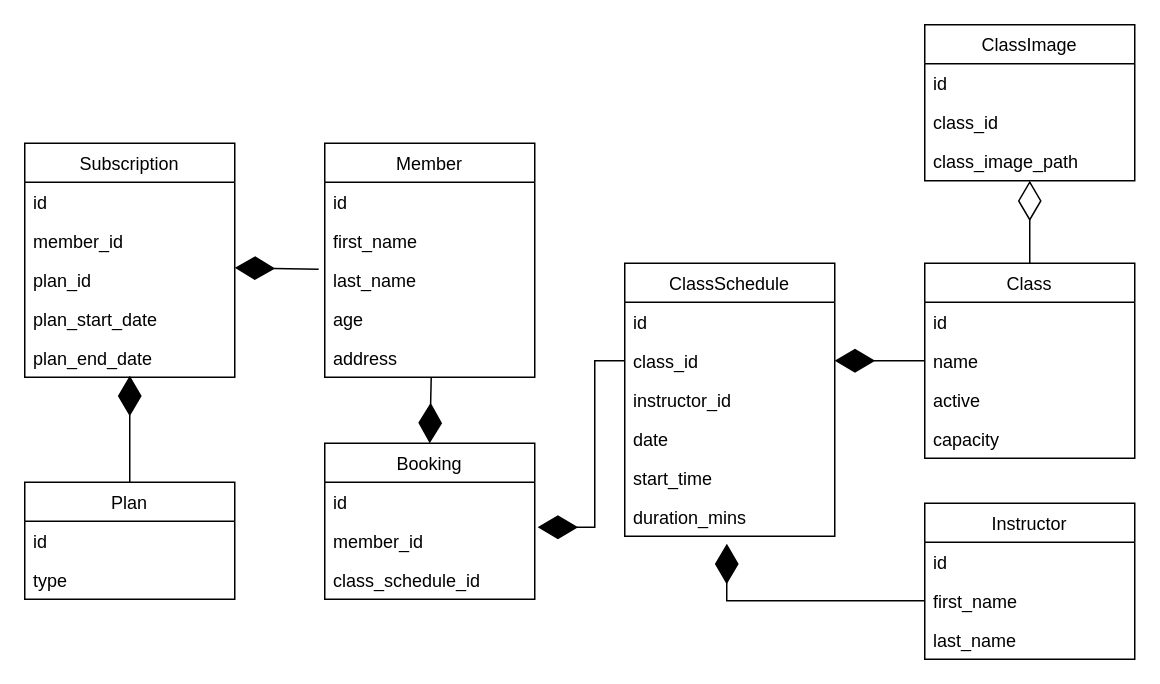
Earlier version of the draw.io diagram planning/Class Diagram.drawio (jomonty/python_project_gym_app). Source tidied: cells renumbered, new cells numbered last; positions are measured from the earlier drawing's top-left corner, leaving out a move shared by most shapes. Both pictures are drawn from the tidied source at 150%, with x=0, y=0 at pixel (24, 24).
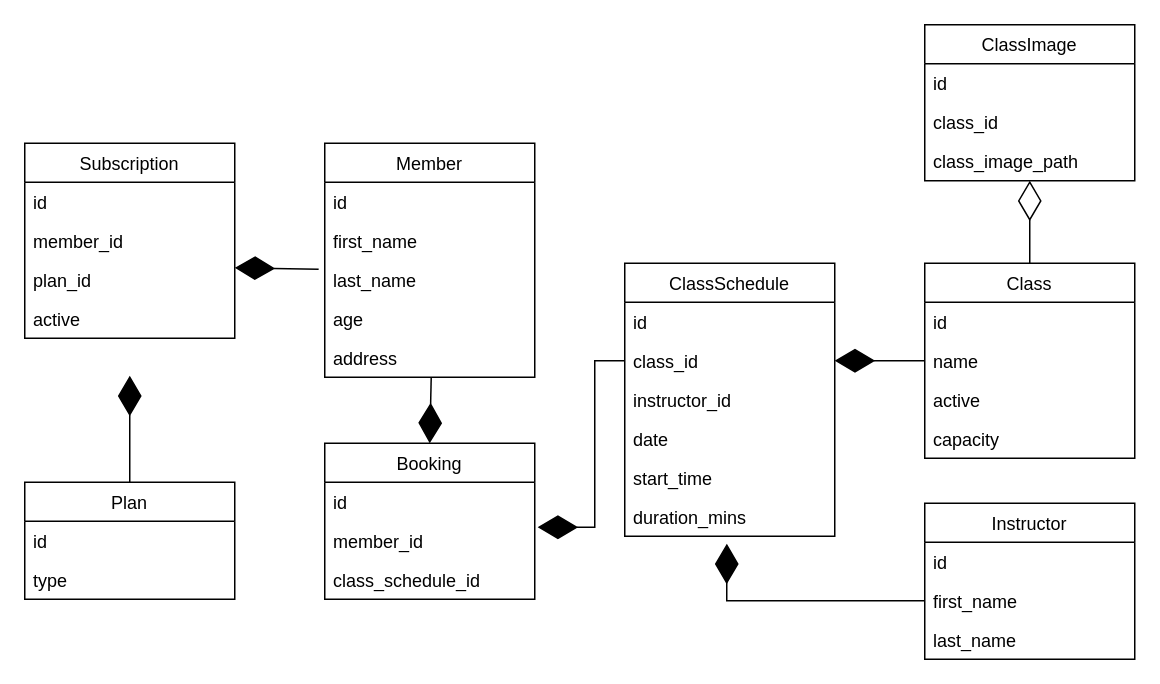
After the change.

The change refers to these unchanged cells:
```xml
<mxCell id="8" value="Plan" style="swimlane;fontStyle=0;horizontal=1;startSize=26;fillColor=none;" parent="1" vertex="1">
  <mxGeometry y="305" width="140" height="78" as="geometry" />
</mxCell>
```

Change to the diagram source:
```diff
@@
     <mxCell id="11" value="Subscription" style="swimlane;fontStyle=0;horizontal=1;startSize=26;fillColor=none;" parent="1" vertex="1">
-      <mxGeometry y="79" width="140" height="156" as="geometry" />
+      <mxGeometry y="79" width="140" height="130" as="geometry" />
     </mxCell>
@@
-    <mxCell id="15" value="plan_start_date" style="text;strokeColor=none;fillColor=none;align=left;verticalAlign=top;spacingLeft=4;spacingRight=4;overflow=hidden;" parent="11" vertex="1">
+    <mxCell id="15" value="active" style="text;strokeColor=none;fillColor=none;align=left;verticalAlign=top;spacingLeft=4;spacingRight=4;overflow=hidden;" parent="11" vertex="1">
       <mxGeometry y="104" width="140" height="26" as="geometry" />
     </mxCell>
-    <mxCell id="16" value="plan_end_date" style="text;strokeColor=none;fillColor=none;align=left;verticalAlign=top;spacingLeft=4;spacingRight=4;overflow=hidden;points=[[0,0.5],[1,0.5]];portConstraint=eastwest;" parent="11" vertex="1">
-      <mxGeometry y="130" width="140" height="26" as="geometry" />
-    </mxCell>
@@
-    <mxCell id="42" style="endArrow=diamondThin;endFill=1;endSize=24;html=1;rounded=0;exitX=0.5;exitY=0;exitDx=0;exitDy=0;entryX=0.5;entryY=0.962;entryDx=0;entryDy=0;entryPerimeter=0;" parent="1" edge="1" source="8" target="16">
-      <mxGeometry relative="1" as="geometry" />
+    <mxCell id="42" style="endArrow=diamondThin;endFill=1;endSize=24;html=1;rounded=0;exitX=0.5;exitY=0;exitDx=0;exitDy=0;entryX=0.5;entryY=0.962;entryDx=0;entryDy=0;entryPerimeter=0;" parent="1" edge="1" source="8">
+      <mxGeometry relative="1" as="geometry">
+        <mxPoint x="70" y="234" as="targetPoint" />
+      </mxGeometry>
     </mxCell>
```
